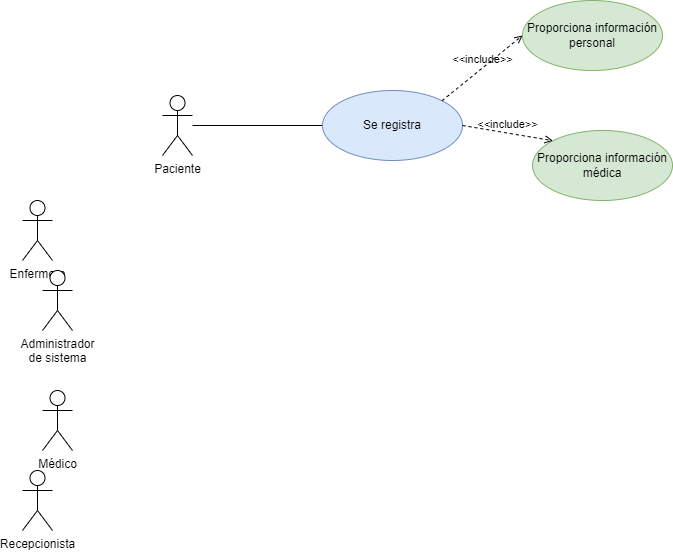
mackstm/ets keeps this draw.io diagram as unidad-4/tarea1/diagram/uc-diagram.png. Above is the earlier version. Source tidied: cells renumbered, new cells last; positions are measured from the earlier drawing's top-left corner, leaving out a move shared by most shapes. Its diagram source:
```xml
<mxGraphModel background="#ffffff">
  <root>
    <mxCell id="0" />
    <mxCell id="1" parent="0" />
    <mxCell id="2" style="edgeStyle=none;shape=connector;rounded=0;jettySize=auto;html=1;entryX=0;entryY=0.5;entryDx=0;entryDy=0;labelBackgroundColor=default;strokeColor=default;align=center;verticalAlign=middle;fontFamily=Helvetica;fontSize=11;fontColor=default;endArrow=none;endFill=0;" parent="1" edge="1" source="3" target="8">
      <mxGeometry relative="1" as="geometry" />
    </mxCell>
    <mxCell id="3" value="Paciente" style="shape=umlActor;verticalLabelPosition=bottom;verticalAlign=top;html=1;outlineConnect=0;" parent="1" vertex="1">
      <mxGeometry x="140" y="95" width="30" height="60" as="geometry" />
    </mxCell>
    <mxCell id="4" value="Enfermero" style="shape=umlActor;verticalLabelPosition=bottom;verticalAlign=top;html=1;outlineConnect=0;" parent="1" vertex="1">
      <mxGeometry y="200" width="30" height="60" as="geometry" />
    </mxCell>
    <mxCell id="5" value="Médico" style="shape=umlActor;verticalLabelPosition=bottom;verticalAlign=top;html=1;outlineConnect=0;" parent="1" vertex="1">
      <mxGeometry x="20" y="390" width="30" height="60" as="geometry" />
    </mxCell>
    <mxCell id="6" value="Recepcionista" style="shape=umlActor;verticalLabelPosition=bottom;verticalAlign=top;html=1;outlineConnect=0;" parent="1" vertex="1">
      <mxGeometry y="470" width="30" height="60" as="geometry" />
    </mxCell>
    <mxCell id="7" value="Administrador&lt;br&gt;de sistema" style="shape=umlActor;verticalLabelPosition=bottom;verticalAlign=top;html=1;outlineConnect=0;" parent="1" vertex="1">
      <mxGeometry x="20" y="270" width="30" height="60" as="geometry" />
    </mxCell>
    <mxCell id="8" value="Se registra" style="ellipse;whiteSpace=wrap;html=1;fillColor=#dae8fc;strokeColor=#6c8ebf;" parent="1" vertex="1">
      <mxGeometry x="300" y="90" width="140" height="70" as="geometry" />
    </mxCell>
    <mxCell id="9" value="Proporciona información médica" style="ellipse;whiteSpace=wrap;html=1;fillColor=#d5e8d4;strokeColor=#82b366;" parent="1" vertex="1">
      <mxGeometry x="510" y="130" width="140" height="70" as="geometry" />
    </mxCell>
    <mxCell id="10" value="Proporciona información personal" style="ellipse;whiteSpace=wrap;html=1;fillColor=#d5e8d4;strokeColor=#82b366;" parent="1" vertex="1">
      <mxGeometry x="500" width="140" height="70" as="geometry" />
    </mxCell>
    <mxCell id="11" value="&amp;lt;&amp;lt;include&amp;gt;&amp;gt;" style="edgeStyle=none;html=1;endArrow=open;verticalAlign=bottom;dashed=1;labelBackgroundColor=none;rounded=0;strokeColor=default;align=center;fontFamily=Helvetica;fontSize=11;fontColor=default;shape=connector;exitX=1;exitY=0.5;exitDx=0;exitDy=0;entryX=0;entryY=0;entryDx=0;entryDy=0;" parent="1" edge="1" source="8" target="9">
      <mxGeometry relative="1" as="geometry" />
    </mxCell>
    <mxCell id="12" value="&amp;lt;&amp;lt;include&amp;gt;&amp;gt;" style="edgeStyle=none;html=1;endArrow=open;verticalAlign=bottom;dashed=1;labelBackgroundColor=none;rounded=0;strokeColor=default;align=center;fontFamily=Helvetica;fontSize=11;fontColor=default;shape=connector;exitX=1;exitY=0;exitDx=0;exitDy=0;entryX=0;entryY=0.5;entryDx=0;entryDy=0;" parent="1" edge="1" source="8" target="10">
      <mxGeometry relative="1" as="geometry" />
    </mxCell>
  </root>
</mxGraphModel>
```
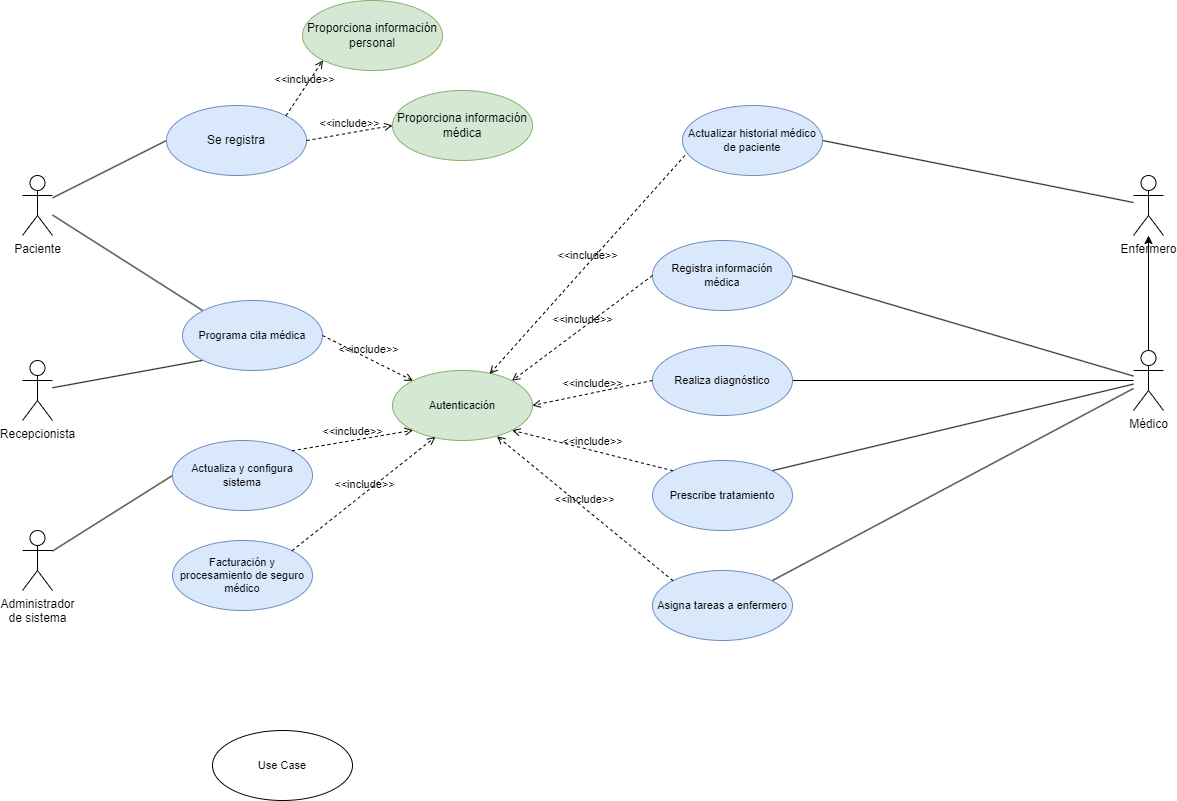
The same diagram one commit later.

Change to the diagram source:
```diff
@@ -5,35 +5,116 @@
     <mxCell id="2" style="edgeStyle=none;shape=connector;rounded=0;jettySize=auto;html=1;entryX=0;entryY=0.5;entryDx=0;entryDy=0;labelBackgroundColor=default;strokeColor=default;align=center;verticalAlign=middle;fontFamily=Helvetica;fontSize=11;fontColor=default;endArrow=none;endFill=0;" parent="1" edge="1" source="3" target="8">
       <mxGeometry relative="1" as="geometry" />
     </mxCell>
+    <mxCell id="13" style="edgeStyle=none;shape=connector;rounded=0;jettySize=auto;html=1;entryX=0;entryY=0;entryDx=0;entryDy=0;labelBackgroundColor=default;strokeColor=default;align=center;verticalAlign=middle;fontFamily=Helvetica;fontSize=11;fontColor=default;endArrow=none;endFill=0;" parent="1" edge="1" source="3" target="22">
+      <mxGeometry relative="1" as="geometry" />
+    </mxCell>
     <mxCell id="3" value="Paciente" style="shape=umlActor;verticalLabelPosition=bottom;verticalAlign=top;html=1;outlineConnect=0;" parent="1" vertex="1">
       <mxGeometry x="140" y="95" width="30" height="60" as="geometry" />
     </mxCell>
+    <mxCell id="14" style="edgeStyle=none;shape=connector;rounded=0;jettySize=auto;html=1;entryX=1;entryY=0.5;entryDx=0;entryDy=0;labelBackgroundColor=default;strokeColor=default;align=center;verticalAlign=middle;fontFamily=Helvetica;fontSize=11;fontColor=default;endArrow=none;endFill=0;" parent="1" edge="1" source="4" target="32">
+      <mxGeometry relative="1" as="geometry" />
+    </mxCell>
     <mxCell id="4" value="Enfermero" style="shape=umlActor;verticalLabelPosition=bottom;verticalAlign=top;html=1;outlineConnect=0;" parent="1" vertex="1">
-      <mxGeometry y="200" width="30" height="60" as="geometry" />
+      <mxGeometry x="1251" y="95" width="30" height="60" as="geometry" />
     </mxCell>
+    <mxCell id="15" style="edgeStyle=none;shape=connector;rounded=0;jettySize=auto;html=1;entryX=1;entryY=0.5;entryDx=0;entryDy=0;labelBackgroundColor=default;strokeColor=default;align=center;verticalAlign=middle;fontFamily=Helvetica;fontSize=11;fontColor=default;endArrow=none;endFill=0;" parent="1" edge="1" source="5" target="28">
+      <mxGeometry relative="1" as="geometry" />
+    </mxCell>
+    <mxCell id="16" style="edgeStyle=none;shape=connector;rounded=0;jettySize=auto;html=1;entryX=1;entryY=0.5;entryDx=0;entryDy=0;labelBackgroundColor=default;strokeColor=default;align=center;verticalAlign=middle;fontFamily=Helvetica;fontSize=11;fontColor=default;endArrow=none;endFill=0;" parent="1" edge="1" source="5" target="25">
+      <mxGeometry relative="1" as="geometry" />
+    </mxCell>
+    <mxCell id="17" style="edgeStyle=none;shape=connector;rounded=0;jettySize=auto;html=1;entryX=1;entryY=0;entryDx=0;entryDy=0;labelBackgroundColor=default;strokeColor=default;align=center;verticalAlign=middle;fontFamily=Helvetica;fontSize=11;fontColor=default;endArrow=none;endFill=0;" parent="1" edge="1" source="5" target="27">
+      <mxGeometry relative="1" as="geometry" />
+    </mxCell>
+    <mxCell id="18" style="edgeStyle=none;shape=connector;rounded=0;jettySize=auto;html=1;labelBackgroundColor=default;strokeColor=default;align=center;verticalAlign=middle;fontFamily=Helvetica;fontSize=11;fontColor=default;endArrow=classic;endFill=1;" parent="1" edge="1" source="5" target="4">
+      <mxGeometry relative="1" as="geometry" />
+    </mxCell>
+    <mxCell id="19" style="edgeStyle=none;shape=connector;rounded=0;jettySize=auto;html=1;entryX=1;entryY=0;entryDx=0;entryDy=0;labelBackgroundColor=default;strokeColor=default;align=center;verticalAlign=middle;fontFamily=Helvetica;fontSize=11;fontColor=default;endArrow=none;endFill=0;" parent="1" edge="1" source="5" target="33">
+      <mxGeometry relative="1" as="geometry" />
+    </mxCell>
     <mxCell id="5" value="Médico" style="shape=umlActor;verticalLabelPosition=bottom;verticalAlign=top;html=1;outlineConnect=0;" parent="1" vertex="1">
-      <mxGeometry x="20" y="390" width="30" height="60" as="geometry" />
+      <mxGeometry x="1251" y="270" width="30" height="60" as="geometry" />
     </mxCell>
+    <mxCell id="20" style="edgeStyle=none;shape=connector;rounded=0;jettySize=auto;html=1;entryX=0;entryY=1;entryDx=0;entryDy=0;labelBackgroundColor=default;strokeColor=default;align=center;verticalAlign=middle;fontFamily=Helvetica;fontSize=11;fontColor=default;endArrow=none;endFill=0;" parent="1" edge="1" source="6" target="22">
+      <mxGeometry relative="1" as="geometry" />
+    </mxCell>
     <mxCell id="6" value="Recepcionista" style="shape=umlActor;verticalLabelPosition=bottom;verticalAlign=top;html=1;outlineConnect=0;" parent="1" vertex="1">
-      <mxGeometry y="470" width="30" height="60" as="geometry" />
+      <mxGeometry x="140" y="280" width="30" height="60" as="geometry" />
     </mxCell>
+    <mxCell id="21" style="edgeStyle=none;shape=connector;rounded=0;jettySize=auto;html=1;entryX=0;entryY=0.5;entryDx=0;entryDy=0;labelBackgroundColor=default;strokeColor=default;align=center;verticalAlign=middle;fontFamily=Helvetica;fontSize=11;fontColor=default;endArrow=none;endFill=0;" parent="1" edge="1" source="7" target="34">
+      <mxGeometry relative="1" as="geometry" />
+    </mxCell>
     <mxCell id="7" value="Administrador&lt;br&gt;de sistema" style="shape=umlActor;verticalLabelPosition=bottom;verticalAlign=top;html=1;outlineConnect=0;" parent="1" vertex="1">
-      <mxGeometry x="20" y="270" width="30" height="60" as="geometry" />
+      <mxGeometry x="140" y="450" width="30" height="60" as="geometry" />
     </mxCell>
     <mxCell id="8" value="Se registra" style="ellipse;whiteSpace=wrap;html=1;fillColor=#dae8fc;strokeColor=#6c8ebf;" parent="1" vertex="1">
-      <mxGeometry x="300" y="90" width="140" height="70" as="geometry" />
+      <mxGeometry x="284" y="25" width="140" height="70" as="geometry" />
     </mxCell>
     <mxCell id="9" value="Proporciona información médica" style="ellipse;whiteSpace=wrap;html=1;fillColor=#d5e8d4;strokeColor=#82b366;" parent="1" vertex="1">
-      <mxGeometry x="510" y="130" width="140" height="70" as="geometry" />
+      <mxGeometry x="510" y="10" width="140" height="70" as="geometry" />
     </mxCell>
     <mxCell id="10" value="Proporciona información personal" style="ellipse;whiteSpace=wrap;html=1;fillColor=#d5e8d4;strokeColor=#82b366;" parent="1" vertex="1">
-      <mxGeometry x="500" width="140" height="70" as="geometry" />
+      <mxGeometry x="420" y="-80" width="140" height="70" as="geometry" />
     </mxCell>
-    <mxCell id="11" value="&amp;lt;&amp;lt;include&amp;gt;&amp;gt;" style="edgeStyle=none;html=1;endArrow=open;verticalAlign=bottom;dashed=1;labelBackgroundColor=none;rounded=0;strokeColor=default;align=center;fontFamily=Helvetica;fontSize=11;fontColor=default;shape=connector;exitX=1;exitY=0.5;exitDx=0;exitDy=0;entryX=0;entryY=0;entryDx=0;entryDy=0;" parent="1" edge="1" source="8" target="9">
+    <mxCell id="11" value="&amp;lt;&amp;lt;include&amp;gt;&amp;gt;" style="edgeStyle=none;html=1;endArrow=open;verticalAlign=bottom;dashed=1;labelBackgroundColor=none;rounded=0;strokeColor=default;align=center;fontFamily=Helvetica;fontSize=11;fontColor=default;shape=connector;exitX=1;exitY=0.5;exitDx=0;exitDy=0;entryX=0;entryY=0.5;entryDx=0;entryDy=0;" parent="1" edge="1" source="8" target="9">
       <mxGeometry relative="1" as="geometry" />
     </mxCell>
-    <mxCell id="12" value="&amp;lt;&amp;lt;include&amp;gt;&amp;gt;" style="edgeStyle=none;html=1;endArrow=open;verticalAlign=bottom;dashed=1;labelBackgroundColor=none;rounded=0;strokeColor=default;align=center;fontFamily=Helvetica;fontSize=11;fontColor=default;shape=connector;exitX=1;exitY=0;exitDx=0;exitDy=0;entryX=0;entryY=0.5;entryDx=0;entryDy=0;" parent="1" edge="1" source="8" target="10">
+    <mxCell id="12" value="&amp;lt;&amp;lt;include&amp;gt;&amp;gt;" style="edgeStyle=none;html=1;endArrow=open;verticalAlign=bottom;dashed=1;labelBackgroundColor=none;rounded=0;strokeColor=default;align=center;fontFamily=Helvetica;fontSize=11;fontColor=default;shape=connector;exitX=1;exitY=0;exitDx=0;exitDy=0;entryX=0;entryY=1;entryDx=0;entryDy=0;" parent="1" edge="1" source="8" target="10">
       <mxGeometry relative="1" as="geometry" />
     </mxCell>
+    <mxCell id="22" value="Programa cita médica" style="ellipse;whiteSpace=wrap;html=1;fontFamily=Helvetica;fontSize=11;fillColor=#dae8fc;strokeColor=#6c8ebf;" parent="1" vertex="1">
+      <mxGeometry x="300" y="220" width="140" height="70" as="geometry" />
+    </mxCell>
+    <mxCell id="23" value="Autenticación" style="ellipse;whiteSpace=wrap;html=1;fontFamily=Helvetica;fontSize=11;fillColor=#d5e8d4;strokeColor=#82b366;" parent="1" vertex="1">
+      <mxGeometry x="510" y="290" width="140" height="70" as="geometry" />
+    </mxCell>
+    <mxCell id="24" value="&amp;lt;&amp;lt;include&amp;gt;&amp;gt;" style="edgeStyle=none;html=1;endArrow=open;verticalAlign=bottom;dashed=1;labelBackgroundColor=none;rounded=0;strokeColor=default;align=center;fontFamily=Helvetica;fontSize=11;fontColor=default;shape=connector;exitX=1;exitY=0.5;exitDx=0;exitDy=0;entryX=0;entryY=0;entryDx=0;entryDy=0;" parent="1" edge="1" source="22" target="23">
+      <mxGeometry relative="1" as="geometry" />
+    </mxCell>
+    <mxCell id="25" value="Realiza diagnóstico" style="ellipse;whiteSpace=wrap;html=1;fontFamily=Helvetica;fontSize=11;fillColor=#dae8fc;strokeColor=#6c8ebf;" parent="1" vertex="1">
+      <mxGeometry x="770" y="265" width="140" height="70" as="geometry" />
+    </mxCell>
+    <mxCell id="26" value="Use Case" style="ellipse;whiteSpace=wrap;html=1;fontFamily=Helvetica;fontSize=11;fontColor=default;" parent="1" vertex="1">
+      <mxGeometry x="330" y="650" width="140" height="70" as="geometry" />
+    </mxCell>
+    <mxCell id="27" value="Prescribe tratamiento" style="ellipse;whiteSpace=wrap;html=1;fontFamily=Helvetica;fontSize=11;fillColor=#dae8fc;strokeColor=#6c8ebf;" parent="1" vertex="1">
+      <mxGeometry x="770" y="380" width="140" height="70" as="geometry" />
+    </mxCell>
+    <mxCell id="28" value="Registra información médica" style="ellipse;whiteSpace=wrap;html=1;fontFamily=Helvetica;fontSize=11;fillColor=#dae8fc;strokeColor=#6c8ebf;" parent="1" vertex="1">
+      <mxGeometry x="770" y="160" width="140" height="70" as="geometry" />
+    </mxCell>
+    <mxCell id="29" value="&amp;lt;&amp;lt;include&amp;gt;&amp;gt;" style="edgeStyle=none;html=1;endArrow=open;verticalAlign=bottom;dashed=1;labelBackgroundColor=none;rounded=0;strokeColor=default;align=center;fontFamily=Helvetica;fontSize=11;fontColor=default;shape=connector;exitX=0;exitY=0;exitDx=0;exitDy=0;entryX=1;entryY=1;entryDx=0;entryDy=0;" parent="1" edge="1" source="27" target="23">
+      <mxGeometry relative="1" as="geometry" />
+    </mxCell>
+    <mxCell id="30" value="&amp;lt;&amp;lt;include&amp;gt;&amp;gt;" style="edgeStyle=none;html=1;endArrow=open;verticalAlign=bottom;dashed=1;labelBackgroundColor=none;rounded=0;strokeColor=default;align=center;fontFamily=Helvetica;fontSize=11;fontColor=default;shape=connector;exitX=0;exitY=0.5;exitDx=0;exitDy=0;entryX=1;entryY=0.5;entryDx=0;entryDy=0;" parent="1" edge="1" source="25" target="23">
+      <mxGeometry relative="1" as="geometry" />
+    </mxCell>
+    <mxCell id="31" value="&amp;lt;&amp;lt;include&amp;gt;&amp;gt;" style="edgeStyle=none;html=1;endArrow=open;verticalAlign=bottom;dashed=1;labelBackgroundColor=none;rounded=0;strokeColor=default;align=center;fontFamily=Helvetica;fontSize=11;fontColor=default;shape=connector;exitX=0;exitY=0.5;exitDx=0;exitDy=0;entryX=1;entryY=0;entryDx=0;entryDy=0;" parent="1" edge="1" source="28" target="23">
+      <mxGeometry relative="1" as="geometry" />
+    </mxCell>
+    <mxCell id="32" value="Actualizar historial médico de paciente" style="ellipse;whiteSpace=wrap;html=1;fontFamily=Helvetica;fontSize=11;fillColor=#dae8fc;strokeColor=#6c8ebf;" parent="1" vertex="1">
+      <mxGeometry x="800" y="25" width="140" height="70" as="geometry" />
+    </mxCell>
+    <mxCell id="33" value="Asigna tareas a enfermero" style="ellipse;whiteSpace=wrap;html=1;fontFamily=Helvetica;fontSize=11;fillColor=#dae8fc;strokeColor=#6c8ebf;" parent="1" vertex="1">
+      <mxGeometry x="770" y="490" width="140" height="70" as="geometry" />
+    </mxCell>
+    <mxCell id="34" value="Actualiza y configura sistema" style="ellipse;whiteSpace=wrap;html=1;fontFamily=Helvetica;fontSize=11;fillColor=#dae8fc;strokeColor=#6c8ebf;" parent="1" vertex="1">
+      <mxGeometry x="290" y="360" width="140" height="70" as="geometry" />
+    </mxCell>
+    <mxCell id="35" value="&amp;lt;&amp;lt;include&amp;gt;&amp;gt;" style="edgeStyle=none;html=1;endArrow=open;verticalAlign=bottom;dashed=1;labelBackgroundColor=none;rounded=0;strokeColor=default;align=center;fontFamily=Helvetica;fontSize=11;fontColor=default;shape=connector;exitX=0;exitY=0;exitDx=0;exitDy=0;entryX=0.746;entryY=0.94;entryDx=0;entryDy=0;entryPerimeter=0;" parent="1" edge="1" source="33" target="23">
+      <mxGeometry relative="1" as="geometry" />
+    </mxCell>
+    <mxCell id="36" value="&amp;lt;&amp;lt;include&amp;gt;&amp;gt;" style="edgeStyle=none;html=1;endArrow=open;verticalAlign=bottom;dashed=1;labelBackgroundColor=none;rounded=0;strokeColor=default;align=center;fontFamily=Helvetica;fontSize=11;fontColor=default;shape=connector;exitX=0.017;exitY=0.714;exitDx=0;exitDy=0;exitPerimeter=0;entryX=0.694;entryY=0.049;entryDx=0;entryDy=0;entryPerimeter=0;" parent="1" edge="1" source="32" target="23">
+      <mxGeometry relative="1" as="geometry" />
+    </mxCell>
+    <mxCell id="37" value="&amp;lt;&amp;lt;include&amp;gt;&amp;gt;" style="edgeStyle=none;html=1;endArrow=open;verticalAlign=bottom;dashed=1;labelBackgroundColor=none;rounded=0;strokeColor=default;align=center;fontFamily=Helvetica;fontSize=11;fontColor=default;shape=connector;exitX=1;exitY=0;exitDx=0;exitDy=0;entryX=0;entryY=1;entryDx=0;entryDy=0;" parent="1" edge="1" source="34" target="23">
+      <mxGeometry relative="1" as="geometry" />
+    </mxCell>
+    <mxCell id="38" value="Facturación y procesamiento de seguro médico" style="ellipse;whiteSpace=wrap;html=1;fontFamily=Helvetica;fontSize=11;fillColor=#dae8fc;strokeColor=#6c8ebf;" parent="1" vertex="1">
+      <mxGeometry x="290" y="460" width="140" height="70" as="geometry" />
+    </mxCell>
+    <mxCell id="39" value="&amp;lt;&amp;lt;include&amp;gt;&amp;gt;" style="edgeStyle=none;html=1;endArrow=open;verticalAlign=bottom;dashed=1;labelBackgroundColor=none;rounded=0;strokeColor=default;align=center;fontFamily=Helvetica;fontSize=11;fontColor=default;shape=connector;exitX=1;exitY=0;exitDx=0;exitDy=0;entryX=0.306;entryY=0.949;entryDx=0;entryDy=0;entryPerimeter=0;" parent="1" edge="1" source="38" target="23">
+      <mxGeometry relative="1" as="geometry" />
+    </mxCell>
   </root>
 </mxGraphModel>
```
